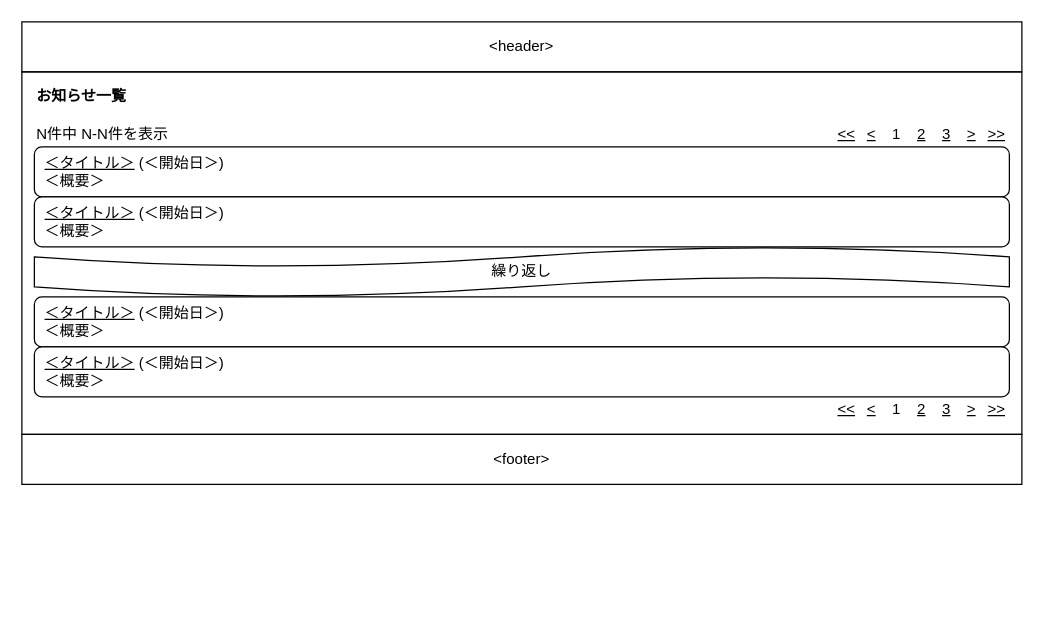
Before: 設計/画面設計/お知らせ一覧.drawio in nightonlypj/rails-app-origin, a draw.io diagram. Source tidied: cells renumbered, new cells numbered last; positions are measured from the earlier drawing's top-left corner, leaving out a move shared by most shapes. Both pictures are drawn from the tidied source at 125%, with x=0, y=0 at pixel (21, 21).
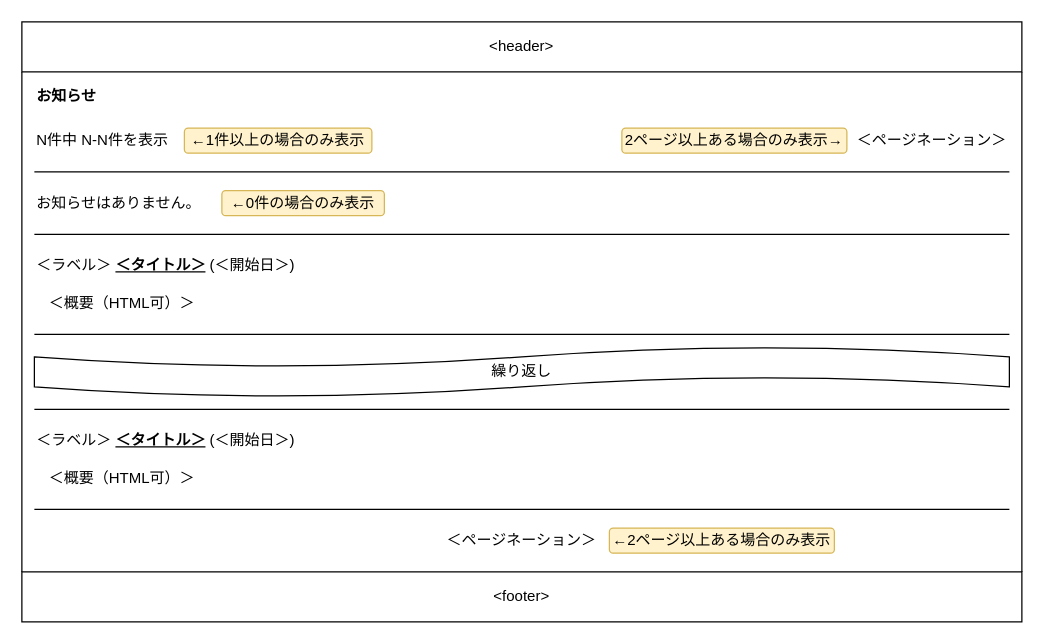
After the change.

The change refers to these unchanged cells:
```xml
<mxCell id="2" value="&amp;lt;header&amp;gt;" style="rounded=0;whiteSpace=wrap;html=1;fillColor=none;" parent="1" vertex="1">
  <mxGeometry width="800" height="40" as="geometry" />
</mxCell>
```

The edit, as a diff of the source:
```diff
@@
-    <mxCell id="3" style="rounded=0;whiteSpace=wrap;html=1;fillColor=none;" parent="1" vertex="1">
-      <mxGeometry y="40" width="800" height="290" as="geometry" />
-    </mxCell>
-    <mxCell id="4" value="&lt;b&gt;お知らせ一覧&lt;/b&gt;" style="text;html=1;strokeColor=none;fillColor=none;align=left;verticalAlign=middle;whiteSpace=wrap;rounded=0;" parent="1" vertex="1">
-      <mxGeometry x="10" y="50" width="80" height="20" as="geometry" />
+    <mxCell id="4" value="&lt;b&gt;お知らせ&lt;/b&gt;" style="text;html=1;strokeColor=none;fillColor=none;align=left;verticalAlign=middle;whiteSpace=wrap;rounded=0;" parent="1" vertex="1">
+      <mxGeometry x="10" y="50" width="60" height="20" as="geometry" />
     </mxCell>
-    <mxCell id="5" value="&lt;span&gt;&amp;nbsp;&amp;nbsp;&lt;/span&gt;&lt;u&gt;＜タイトル＞&lt;/u&gt;&amp;nbsp;(＜開始日＞)&lt;br&gt;&lt;div&gt;&lt;span&gt;&amp;nbsp; ＜概要＞&lt;/span&gt;&lt;/div&gt;" style="rounded=1;whiteSpace=wrap;html=1;align=left;" parent="1" vertex="1">
-      <mxGeometry x="10" y="100" width="780" height="40" as="geometry" />
-    </mxCell>
     <mxCell id="6" value="N件中 N-N件を表示" style="text;html=1;strokeColor=none;fillColor=none;align=left;verticalAlign=middle;whiteSpace=wrap;rounded=0;" parent="1" vertex="1">
-      <mxGeometry x="10" y="80" width="110" height="20" as="geometry" />
+      <mxGeometry x="10" y="80" width="110" height="30" as="geometry" />
     </mxCell>
-    <mxCell id="7" style="group;" parent="1" vertex="1">
-      <mxGeometry x="650" y="80" width="140" height="20" as="geometry" />
-    </mxCell>
-    <mxCell id="8" value="&lt;u&gt;&amp;lt;&lt;/u&gt;" style="text;html=1;strokeColor=none;fillColor=none;align=center;verticalAlign=middle;whiteSpace=wrap;rounded=0;" parent="7" vertex="1">
-      <mxGeometry x="20" width="20" height="20" as="geometry" />
-    </mxCell>
-    <mxCell id="9" value="1" style="text;html=1;strokeColor=none;fillColor=none;align=center;verticalAlign=middle;whiteSpace=wrap;rounded=0;" parent="7" vertex="1">
-      <mxGeometry x="40" width="20" height="20" as="geometry" />
-    </mxCell>
-    <mxCell id="10" value="&lt;u&gt;2&lt;/u&gt;" style="text;html=1;strokeColor=none;fillColor=none;align=center;verticalAlign=middle;whiteSpace=wrap;rounded=0;" parent="7" vertex="1">
-      <mxGeometry x="60" width="20" height="20" as="geometry" />
-    </mxCell>
-    <mxCell id="11" value="&lt;u&gt;3&lt;/u&gt;" style="text;html=1;strokeColor=none;fillColor=none;align=center;verticalAlign=middle;whiteSpace=wrap;rounded=0;" parent="7" vertex="1">
-      <mxGeometry x="80" width="20" height="20" as="geometry" />
-    </mxCell>
-    <mxCell id="12" value="&lt;u&gt;&amp;gt;&lt;/u&gt;" style="text;html=1;strokeColor=none;fillColor=none;align=center;verticalAlign=middle;whiteSpace=wrap;rounded=0;" parent="7" vertex="1">
-      <mxGeometry x="100" width="20" height="20" as="geometry" />
-    </mxCell>
-    <mxCell id="13" value="&lt;u&gt;&amp;gt;&amp;gt;&lt;/u&gt;" style="text;html=1;strokeColor=none;fillColor=none;align=center;verticalAlign=middle;whiteSpace=wrap;rounded=0;" parent="7" vertex="1">
-      <mxGeometry x="120" width="20" height="20" as="geometry" />
-    </mxCell>
-    <mxCell id="14" value="&lt;u&gt;&amp;lt;&amp;lt;&lt;/u&gt;" style="text;html=1;strokeColor=none;fillColor=none;align=center;verticalAlign=middle;whiteSpace=wrap;rounded=0;" parent="7" vertex="1">
-      <mxGeometry width="20" height="20" as="geometry" />
-    </mxCell>
-    <mxCell id="15" style="group;" parent="1" vertex="1">
-      <mxGeometry x="650" y="300" width="140" height="20" as="geometry" />
-    </mxCell>
-    <mxCell id="16" value="&lt;u&gt;&amp;lt;&lt;/u&gt;" style="text;html=1;strokeColor=none;fillColor=none;align=center;verticalAlign=middle;whiteSpace=wrap;rounded=0;" parent="15" vertex="1">
-      <mxGeometry x="20" width="20" height="20" as="geometry" />
-    </mxCell>
-    <mxCell id="17" value="1" style="text;html=1;strokeColor=none;fillColor=none;align=center;verticalAlign=middle;whiteSpace=wrap;rounded=0;" parent="15" vertex="1">
-      <mxGeometry x="40" width="20" height="20" as="geometry" />
-    </mxCell>
-    <mxCell id="18" value="&lt;u&gt;2&lt;/u&gt;" style="text;html=1;strokeColor=none;fillColor=none;align=center;verticalAlign=middle;whiteSpace=wrap;rounded=0;" parent="15" vertex="1">
-      <mxGeometry x="60" width="20" height="20" as="geometry" />
-    </mxCell>
-    <mxCell id="19" value="&lt;u&gt;3&lt;/u&gt;" style="text;html=1;strokeColor=none;fillColor=none;align=center;verticalAlign=middle;whiteSpace=wrap;rounded=0;" parent="15" vertex="1">
-      <mxGeometry x="80" width="20" height="20" as="geometry" />
-    </mxCell>
-    <mxCell id="20" value="&lt;u&gt;&amp;gt;&lt;/u&gt;" style="text;html=1;strokeColor=none;fillColor=none;align=center;verticalAlign=middle;whiteSpace=wrap;rounded=0;" parent="15" vertex="1">
-      <mxGeometry x="100" width="20" height="20" as="geometry" />
-    </mxCell>
-    <mxCell id="21" value="&lt;u&gt;&amp;gt;&amp;gt;&lt;/u&gt;" style="text;html=1;strokeColor=none;fillColor=none;align=center;verticalAlign=middle;whiteSpace=wrap;rounded=0;" parent="15" vertex="1">
-      <mxGeometry x="120" width="20" height="20" as="geometry" />
-    </mxCell>
-    <mxCell id="22" value="&lt;u&gt;&amp;lt;&amp;lt;&lt;/u&gt;" style="text;html=1;strokeColor=none;fillColor=none;align=center;verticalAlign=middle;whiteSpace=wrap;rounded=0;" parent="15" vertex="1">
-      <mxGeometry width="20" height="20" as="geometry" />
-    </mxCell>
     <mxCell id="23" value="&amp;lt;footer&amp;gt;" style="rounded=0;whiteSpace=wrap;html=1;fillColor=none;" parent="1" vertex="1">
-      <mxGeometry y="330" width="800" height="40" as="geometry" />
+      <mxGeometry y="440" width="800" height="40" as="geometry" />
     </mxCell>
-    <mxCell id="24" value="&lt;span&gt;&amp;nbsp;&amp;nbsp;&lt;/span&gt;&lt;u&gt;＜タイトル＞&lt;/u&gt;&amp;nbsp;(＜開始日＞)&lt;br&gt;&lt;div&gt;&lt;span&gt;&amp;nbsp; ＜概要＞&lt;/span&gt;&lt;/div&gt;" style="rounded=1;whiteSpace=wrap;html=1;align=left;" parent="1" vertex="1">
-      <mxGeometry x="10" y="140" width="780" height="40" as="geometry" />
-    </mxCell>
-    <mxCell id="25" value="&lt;span&gt;&amp;nbsp;&amp;nbsp;&lt;/span&gt;&lt;u&gt;＜タイトル＞&lt;/u&gt;&amp;nbsp;(＜開始日＞)&lt;br&gt;&lt;div&gt;&lt;span&gt;&amp;nbsp; ＜概要＞&lt;/span&gt;&lt;/div&gt;" style="rounded=1;whiteSpace=wrap;html=1;align=left;" parent="1" vertex="1">
-      <mxGeometry x="10" y="220" width="780" height="40" as="geometry" />
-    </mxCell>
-    <mxCell id="26" value="&lt;span&gt;&amp;nbsp;&amp;nbsp;&lt;/span&gt;&lt;u&gt;＜タイトル＞&lt;/u&gt;&amp;nbsp;(＜開始日＞)&lt;br&gt;&lt;div&gt;&lt;span&gt;&amp;nbsp; ＜概要＞&lt;/span&gt;&lt;/div&gt;" style="rounded=1;whiteSpace=wrap;html=1;align=left;" parent="1" vertex="1">
-      <mxGeometry x="10" y="260" width="780" height="40" as="geometry" />
-    </mxCell>
     <mxCell id="27" value="繰り返し" style="shape=tape;whiteSpace=wrap;html=1;align=center;" parent="1" vertex="1">
-      <mxGeometry x="10" y="180" width="780" height="40" as="geometry" />
+      <mxGeometry x="10" y="260" width="780" height="40" as="geometry" />
     </mxCell>
+    <mxCell id="28" value="＜ページネーション＞" style="text;html=1;strokeColor=none;fillColor=none;align=right;verticalAlign=middle;whiteSpace=wrap;rounded=0;" parent="1" vertex="1">
+      <mxGeometry x="660" y="80" width="130" height="30" as="geometry" />
+    </mxCell>
+    <mxCell id="29" style="rounded=0;jettySize=auto;html=1;exitX=0;exitY=1;exitDx=0;exitDy=0;endArrow=none;endFill=0;entryX=0;entryY=0;entryDx=0;entryDy=0;" parent="1" edge="1" source="2" target="23">
+      <mxGeometry relative="1" as="geometry" />
+    </mxCell>
+    <mxCell id="30" style="rounded=0;jettySize=auto;html=1;endArrow=none;endFill=0;entryX=1;entryY=0;entryDx=0;entryDy=0;exitX=1;exitY=1;exitDx=0;exitDy=0;" parent="1" edge="1" source="2" target="23">
+      <mxGeometry relative="1" as="geometry" />
+    </mxCell>
+    <mxCell id="31" style="rounded=0;orthogonalLoop=1;jettySize=auto;html=1;exitX=0;exitY=1;exitDx=0;exitDy=0;endArrow=none;endFill=0;" parent="1" edge="1">
+      <mxGeometry relative="1" as="geometry">
+        <mxPoint x="10" y="120" as="sourcePoint" />
+        <mxPoint x="790" y="120" as="targetPoint" />
+      </mxGeometry>
+    </mxCell>
+    <mxCell id="32" value="&lt;span&gt;＜ラベル＞&amp;nbsp;&lt;/span&gt;&lt;u&gt;&lt;b&gt;＜タイトル＞&lt;/b&gt;&lt;/u&gt;&lt;span&gt;&amp;nbsp;(＜開始日＞)&lt;/span&gt;" style="text;html=1;strokeColor=none;fillColor=none;align=left;verticalAlign=middle;whiteSpace=wrap;rounded=0;" parent="1" vertex="1">
+      <mxGeometry x="10" y="180" width="220" height="30" as="geometry" />
+    </mxCell>
+    <mxCell id="33" value="&lt;span&gt;＜概要&lt;/span&gt;（HTML可）&lt;span&gt;＞&lt;/span&gt;" style="text;html=1;strokeColor=none;fillColor=none;align=left;verticalAlign=middle;whiteSpace=wrap;rounded=0;" parent="1" vertex="1">
+      <mxGeometry x="20" y="210" width="130" height="30" as="geometry" />
+    </mxCell>
+    <mxCell id="34" style="rounded=0;orthogonalLoop=1;jettySize=auto;html=1;exitX=0;exitY=1;exitDx=0;exitDy=0;endArrow=none;endFill=0;" parent="1" edge="1">
+      <mxGeometry relative="1" as="geometry">
+        <mxPoint x="10" y="250" as="sourcePoint" />
+        <mxPoint x="790" y="250" as="targetPoint" />
+      </mxGeometry>
+    </mxCell>
+    <mxCell id="35" value="&lt;span&gt;＜ラベル＞&amp;nbsp;&lt;/span&gt;&lt;u&gt;&lt;b&gt;＜タイトル＞&lt;/b&gt;&lt;/u&gt;&lt;span&gt;&amp;nbsp;(＜開始日＞)&lt;/span&gt;" style="text;html=1;strokeColor=none;fillColor=none;align=left;verticalAlign=middle;whiteSpace=wrap;rounded=0;" parent="1" vertex="1">
+      <mxGeometry x="10" y="320" width="220" height="30" as="geometry" />
+    </mxCell>
+    <mxCell id="36" value="&lt;span&gt;＜概要&lt;/span&gt;（HTML可）&lt;span&gt;＞&lt;/span&gt;" style="text;html=1;strokeColor=none;fillColor=none;align=left;verticalAlign=middle;whiteSpace=wrap;rounded=0;" parent="1" vertex="1">
+      <mxGeometry x="20" y="350" width="130" height="30" as="geometry" />
+    </mxCell>
+    <mxCell id="37" style="rounded=0;orthogonalLoop=1;jettySize=auto;html=1;exitX=0;exitY=1;exitDx=0;exitDy=0;endArrow=none;endFill=0;" parent="1" edge="1">
+      <mxGeometry relative="1" as="geometry">
+        <mxPoint x="10" y="310" as="sourcePoint" />
+        <mxPoint x="790" y="310" as="targetPoint" />
+      </mxGeometry>
+    </mxCell>
+    <mxCell id="38" style="rounded=0;orthogonalLoop=1;jettySize=auto;html=1;exitX=0;exitY=1;exitDx=0;exitDy=0;endArrow=none;endFill=0;" parent="1" edge="1">
+      <mxGeometry relative="1" as="geometry">
+        <mxPoint x="10" y="390" as="sourcePoint" />
+        <mxPoint x="790" y="390" as="targetPoint" />
+      </mxGeometry>
+    </mxCell>
+    <mxCell id="39" value="＜ページネーション＞" style="text;html=1;strokeColor=none;fillColor=none;align=center;verticalAlign=middle;whiteSpace=wrap;rounded=0;" parent="1" vertex="1">
+      <mxGeometry x="335" y="400" width="130" height="30" as="geometry" />
+    </mxCell>
+    <mxCell id="40" value="←1件以上の場合のみ表示" style="rounded=1;whiteSpace=wrap;html=1;fillColor=#fff2cc;strokeColor=#d6b656;" parent="1" vertex="1">
+      <mxGeometry x="130" y="85" width="150" height="20" as="geometry" />
+    </mxCell>
+    <mxCell id="41" value="←2ページ以上ある場合のみ表示" style="rounded=1;whiteSpace=wrap;html=1;fillColor=#fff2cc;strokeColor=#d6b656;" parent="1" vertex="1">
+      <mxGeometry x="470" y="405" width="180" height="20" as="geometry" />
+    </mxCell>
+    <mxCell id="42" value="2ページ以上ある場合のみ表示→" style="rounded=1;whiteSpace=wrap;html=1;fillColor=#fff2cc;strokeColor=#d6b656;" parent="1" vertex="1">
+      <mxGeometry x="480" y="85" width="180" height="20" as="geometry" />
+    </mxCell>
+    <mxCell id="43" value="お知らせはありません。" style="text;html=1;strokeColor=none;fillColor=none;align=left;verticalAlign=middle;whiteSpace=wrap;rounded=0;" parent="1" vertex="1">
+      <mxGeometry x="10" y="130" width="140" height="30" as="geometry" />
+    </mxCell>
+    <mxCell id="44" style="rounded=0;orthogonalLoop=1;jettySize=auto;html=1;exitX=0;exitY=1;exitDx=0;exitDy=0;endArrow=none;endFill=0;" parent="1" edge="1">
+      <mxGeometry relative="1" as="geometry">
+        <mxPoint x="10" y="170" as="sourcePoint" />
+        <mxPoint x="790" y="170" as="targetPoint" />
+      </mxGeometry>
+    </mxCell>
+    <mxCell id="45" value="←0件の場合のみ表示" style="rounded=1;whiteSpace=wrap;html=1;fillColor=#fff2cc;strokeColor=#d6b656;" parent="1" vertex="1">
+      <mxGeometry x="160" y="135" width="130" height="20" as="geometry" />
+    </mxCell>
```
